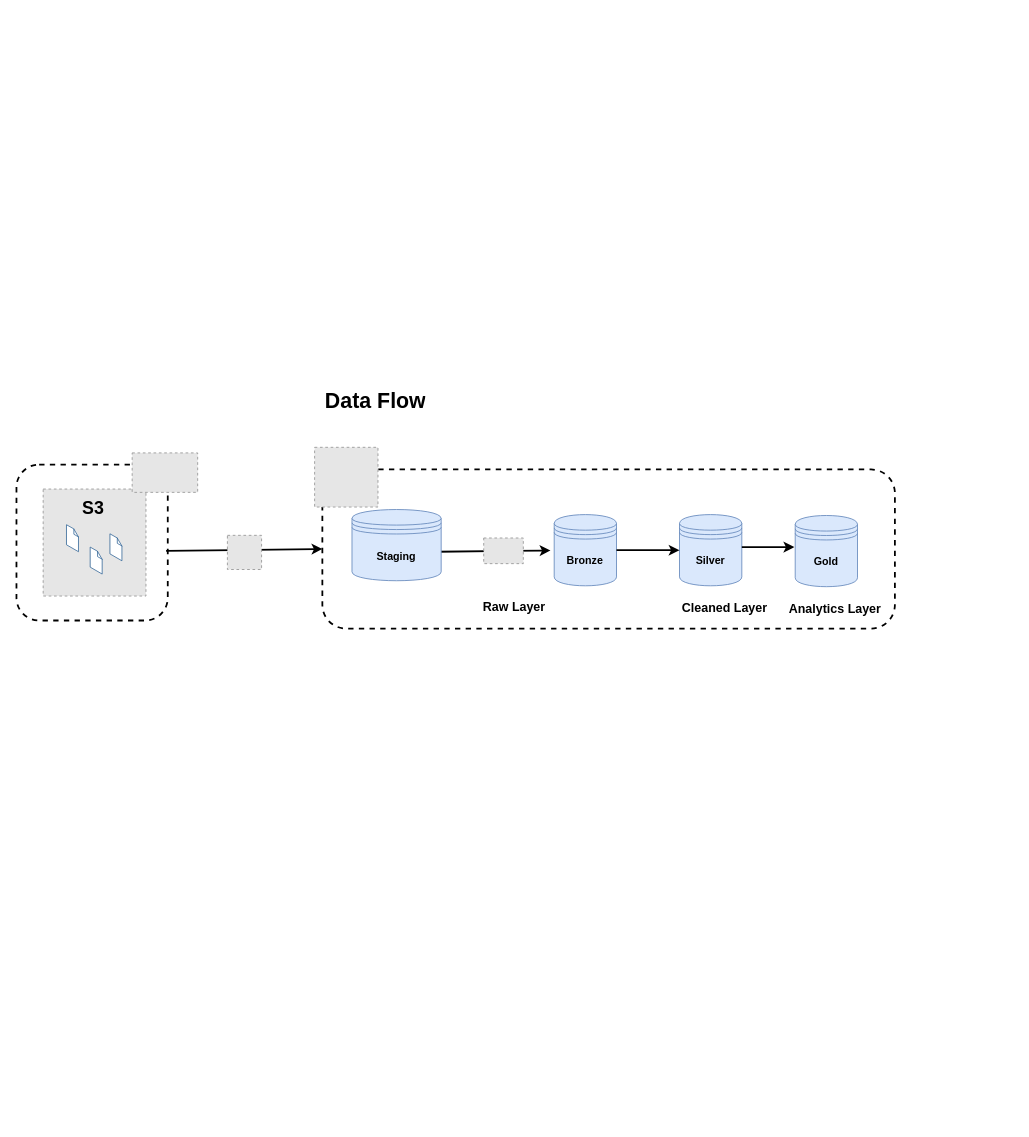
Above: dbt_aws_snowflake_project/diagrams/dataflow.drawio in SSrilakshmi/dbt_aws_snowflake (draw.io), before the change. Source tidied: cells renumbered, new cells numbered last; positions are measured from the earlier drawing's top-left corner, leaving out a move shared by most shapes. Both pictures are drawn from the tidied source at 89%, with x=0, y=0 at pixel (16, 159). Pictures stored in the file or linked from it are replaced by grey dashed boxes.
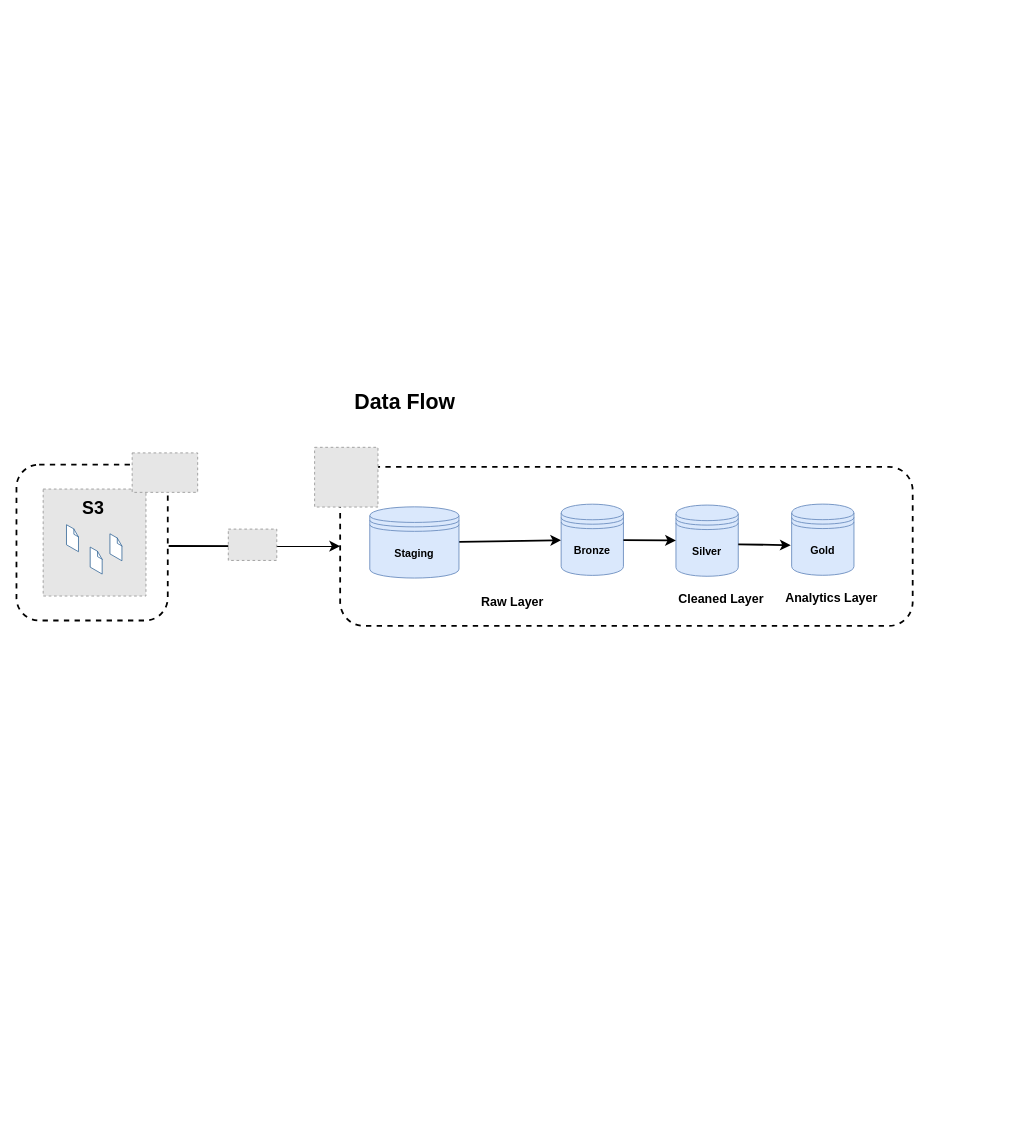
The same page after the edit.

Commit message (it also covers changes not shown here):
Fixed dataflow diagram

Unchanged cells that the change refers to:
```xml
<mxCell id="4" style="rounded=1;whiteSpace=wrap;html=1;fillColor=none;strokeWidth=2;dashed=1;" parent="1" vertex="1">
  <mxGeometry y="342.5" width="170" height="175.2" as="geometry" />
</mxCell>
<mxCell id="5" style="group;" parent="1" vertex="1">
  <mxGeometry x="30" y="370" width="1091" height="315.2" as="geometry" />
</mxCell>
<mxCell id="32" value="&lt;b&gt;Silver&lt;/b&gt;" style="shape=datastore;whiteSpace=wrap;html=1;fillColor=#dae8fc;strokeColor=#6c8ebf;gradientColor=none;gradientDirection=west;" parent="31" vertex="1">
  <mxGeometry y="25" width="70" height="80" as="geometry" />
</mxCell>
```

The edit, as a diff of the source:
```diff
@@
-    <mxCell id="2" style="edgeStyle=none;html=1;strokeWidth=2;exitX=0.961;exitY=0.593;exitDx=0;exitDy=0;exitPerimeter=0;" parent="1" edge="1" source="22">
-      <mxGeometry relative="1" as="geometry">
-        <mxPoint x="600" y="439" as="targetPoint" />
-      </mxGeometry>
-    </mxCell>
-    <mxCell id="3" style="edgeStyle=none;html=1;exitX=0.989;exitY=0.553;exitDx=0;exitDy=0;exitPerimeter=0;strokeWidth=2;entryX=0;entryY=0.5;entryDx=0;entryDy=0;" parent="1" edge="1" source="4" target="21">
-      <mxGeometry relative="1" as="geometry" />
-    </mxCell>
@@
-    <mxCell id="13" style="group;rotation=-90;" parent="5" vertex="1">
-      <mxGeometry x="140" y="-370" width="951" height="625.2" as="geometry" />
-    </mxCell>
-    <mxCell id="14" style="group;rotation=-90;" parent="13" vertex="1">
-      <mxGeometry x="31" y="32" width="341" height="66" as="geometry" />
-    </mxCell>
-    <mxCell id="15" style="group;rotation=-90;" parent="13" vertex="1">
-      <mxGeometry x="40" y="290" width="911" height="335.2" as="geometry" />
-    </mxCell>
-    <mxCell id="16" style="group;rotation=-90;" parent="15" vertex="1">
-      <mxGeometry x="31" y="32" width="341" height="66" as="geometry" />
-    </mxCell>
-    <mxCell id="17" style="group;" parent="15" vertex="1">
-      <mxGeometry x="315" y="135" width="76" height="44.7" as="geometry" />
-    </mxCell>
-    <mxCell id="18" style="fillColor=#E6E6E6;strokeColor=#999999;dashed=1;verticalLabelPosition=bottom;labelBackgroundColor=default;verticalAlign=top;" parent="17" vertex="1">
-      <mxGeometry width="44.5" height="28.8" as="geometry" />
-    </mxCell>
-    <mxCell id="19" style="group;" parent="15" vertex="1">
-      <mxGeometry x="167" y="80" width="744" height="170" as="geometry" />
-    </mxCell>
-    <mxCell id="20" style="group;" parent="19" vertex="1">
-      <mxGeometry y="-2" width="737.6" height="158.8" as="geometry" />
-    </mxCell>
-    <mxCell id="21" style="rounded=1;whiteSpace=wrap;html=1;fillColor=none;strokeWidth=2;dashed=1;" parent="20" vertex="1">
-      <mxGeometry x="-33.3" y="-20" width="643.3" height="178.8" as="geometry" />
-    </mxCell>
-    <mxCell id="22" value="&lt;b&gt;Staging&lt;/b&gt;" style="shape=datastore;whiteSpace=wrap;html=1;fillColor=#dae8fc;strokeColor=#6c8ebf;gradientColor=none;gradientDirection=west;" parent="20" vertex="1">
-      <mxGeometry y="25" width="100.2" height="80" as="geometry" />
-    </mxCell>
-    <mxCell id="23" value="&lt;font style=&quot;font-size: 14px;&quot;&gt;&lt;b style=&quot;&quot;&gt;Raw Layer&lt;/b&gt;&lt;/font&gt;" style="text;html=1;align=center;verticalAlign=middle;whiteSpace=wrap;rounded=0;" parent="20" vertex="1">
-      <mxGeometry x="126" y="119" width="113.4" height="30" as="geometry" />
-    </mxCell>
-    <mxCell id="24" style="fillColor=#E6E6E6;strokeColor=#999999;dashed=1;verticalLabelPosition=bottom;labelBackgroundColor=default;verticalAlign=top;" parent="13" vertex="1">
-      <mxGeometry x="67" y="422" width="38.4" height="38.4" as="geometry" />
-    </mxCell>
     <mxCell id="25" value="&lt;h1 style=&quot;margin-top: 0px;&quot;&gt;Data Flow&lt;/h1&gt;" style="text;html=1;whiteSpace=wrap;overflow=hidden;rounded=0;" parent="1" vertex="1">
-      <mxGeometry x="345" y="250" width="180" height="40" as="geometry" />
+      <mxGeometry x="378" y="251" width="180" height="40" as="geometry" />
     </mxCell>
@@
-    <mxCell id="29" style="group;" parent="1" vertex="1">
-      <mxGeometry x="604.2" y="373.7" width="108.5" height="105" as="geometry" />
-    </mxCell>
+    <mxCell id="41" style="group;rotation=-90;" parent="1" vertex="1">
+      <mxGeometry x="201" y="199" width="341" height="66" as="geometry" />
+    </mxCell>
+    <mxCell id="42" style="group;rotation=-90;" parent="1" vertex="1">
+      <mxGeometry x="210" y="457" width="911" height="335.2" as="geometry" />
+    </mxCell>
+    <mxCell id="43" style="group;rotation=-90;" parent="42" vertex="1">
+      <mxGeometry x="31" y="32" width="341" height="66" as="geometry" />
+    </mxCell>
+    <mxCell id="19" style="group;" parent="42" vertex="1">
+      <mxGeometry x="167" y="80" width="744" height="170" as="geometry" />
+    </mxCell>
+    <mxCell id="20" style="group;" parent="19" vertex="1">
+      <mxGeometry y="-2" width="737.6" height="158.8" as="geometry" />
+    </mxCell>
+    <mxCell id="44" style="rounded=1;whiteSpace=wrap;html=1;fillColor=none;strokeWidth=2;dashed=1;" parent="20" vertex="1">
+      <mxGeometry x="-13.3" y="-190" width="643.3" height="178.8" as="geometry" />
+    </mxCell>
+    <mxCell id="45" style="edgeStyle=none;html=1;strokeWidth=2;" parent="20" edge="1" source="22" target="30">
+      <mxGeometry relative="1" as="geometry" />
+    </mxCell>
+    <mxCell id="22" value="&lt;b&gt;Staging&lt;/b&gt;" style="shape=datastore;whiteSpace=wrap;html=1;fillColor=#dae8fc;strokeColor=#6c8ebf;gradientColor=none;gradientDirection=west;" parent="20" vertex="1">
+      <mxGeometry x="20" y="-145" width="100.2" height="80" as="geometry" />
+    </mxCell>
+    <mxCell id="23" value="&lt;font style=&quot;font-size: 14px;&quot;&gt;&lt;b style=&quot;&quot;&gt;Raw Layer&lt;/b&gt;&lt;/font&gt;" style="text;html=1;align=center;verticalAlign=middle;whiteSpace=wrap;rounded=0;" parent="20" vertex="1">
+      <mxGeometry x="124" y="-53" width="113.4" height="30" as="geometry" />
+    </mxCell>
+    <mxCell id="46" style="group;" parent="20" vertex="1">
+      <mxGeometry x="235" y="-173" width="108.5" height="105" as="geometry" />
+    </mxCell>
-    <mxCell id="30" value="&lt;b&gt;Bronze&lt;/b&gt;" style="shape=datastore;whiteSpace=wrap;html=1;fillColor=#dae8fc;strokeColor=#6c8ebf;gradientColor=none;gradientDirection=west;" parent="29" vertex="1">
+    <mxCell id="30" value="&lt;b&gt;Bronze&lt;/b&gt;" style="shape=datastore;whiteSpace=wrap;html=1;fillColor=#dae8fc;strokeColor=#6c8ebf;gradientColor=none;gradientDirection=west;" parent="46" vertex="1">
       <mxGeometry y="25" width="70" height="80" as="geometry" />
     </mxCell>
-    <mxCell id="31" style="group;" parent="1" vertex="1">
-      <mxGeometry x="745" y="373.7" width="108.5" height="144.9" as="geometry" />
+    <mxCell id="31" style="group;" parent="20" vertex="1">
+      <mxGeometry x="364" y="-172" width="108.5" height="144.9" as="geometry" />
     </mxCell>
@@
-    <mxCell id="34" style="edgeStyle=none;html=1;strokeWidth=2;" parent="1" edge="1" source="30" target="32">
-      <mxGeometry relative="1" as="geometry" />
-    </mxCell>
-    <mxCell id="35" style="group;" parent="1" vertex="1">
-      <mxGeometry x="835" y="360.2" width="176.5" height="160" as="geometry" />
-    </mxCell>
-    <mxCell id="36" style="group;" parent="35" vertex="1">
-      <mxGeometry x="40" y="14.5" width="102.5" height="145.5" as="geometry" />
-    </mxCell>
+    <mxCell id="47" style="group;" parent="20" vertex="1">
+      <mxGeometry x="444" y="-176.5" width="176.5" height="160" as="geometry" />
+    </mxCell>
+    <mxCell id="48" style="group;" parent="47" vertex="1">
+      <mxGeometry x="50" y="3.4" width="102.5" height="145.5" as="geometry" />
+    </mxCell>
-    <mxCell id="37" value="&lt;b&gt;Gold&lt;/b&gt;" style="shape=datastore;whiteSpace=wrap;html=1;fillColor=#dae8fc;strokeColor=#6c8ebf;gradientColor=none;gradientDirection=west;" parent="36" vertex="1">
+    <mxCell id="37" value="&lt;b&gt;Gold&lt;/b&gt;" style="shape=datastore;whiteSpace=wrap;html=1;fillColor=#dae8fc;strokeColor=#6c8ebf;gradientColor=none;gradientDirection=west;" parent="48" vertex="1">
       <mxGeometry y="25" width="70" height="80" as="geometry" />
     </mxCell>
-    <mxCell id="38" value="&lt;font style=&quot;font-size: 14px;&quot;&gt;&lt;b&gt;Analytics Layer&lt;/b&gt;&lt;/font&gt;" style="text;html=1;align=center;verticalAlign=middle;whiteSpace=wrap;rounded=0;" parent="36" vertex="1">
+    <mxCell id="38" value="&lt;font style=&quot;font-size: 14px;&quot;&gt;&lt;b&gt;Analytics Layer&lt;/b&gt;&lt;/font&gt;" style="text;html=1;align=center;verticalAlign=middle;whiteSpace=wrap;rounded=0;" parent="48" vertex="1">
       <mxGeometry x="-10" y="115.5" width="110" height="30" as="geometry" />
     </mxCell>
+    <mxCell id="49" style="edgeStyle=none;html=1;strokeWidth=2;" parent="47" edge="1">
+      <mxGeometry relative="1" as="geometry">
+        <mxPoint x="-10" y="73.6" as="sourcePoint" />
+        <mxPoint x="49" y="74.6" as="targetPoint" />
+      </mxGeometry>
+    </mxCell>
+    <mxCell id="34" style="edgeStyle=none;html=1;strokeWidth=2;" parent="20" edge="1" source="30" target="32">
+      <mxGeometry relative="1" as="geometry" />
+    </mxCell>
@@
-    <mxCell id="40" style="edgeStyle=none;html=1;strokeWidth=2;" parent="1" edge="1">
-      <mxGeometry relative="1" as="geometry">
-        <mxPoint x="815" y="435.2" as="sourcePoint" />
-        <mxPoint x="874" y="435.2" as="targetPoint" />
-      </mxGeometry>
-    </mxCell>
+    <mxCell id="50" style="edgeStyle=none;html=1;strokeWidth=2;" parent="1" edge="1" target="44">
+      <mxGeometry relative="1" as="geometry">
+        <mxPoint x="171" y="434" as="sourcePoint" />
+      </mxGeometry>
+    </mxCell>
+    <mxCell id="51" style="fillColor=#E6E6E6;strokeColor=#999999;dashed=1;verticalLabelPosition=bottom;labelBackgroundColor=default;verticalAlign=top;" parent="1" vertex="1">
+      <mxGeometry x="238" y="415" width="54.5" height="35.2" as="geometry" />
+    </mxCell>
```
